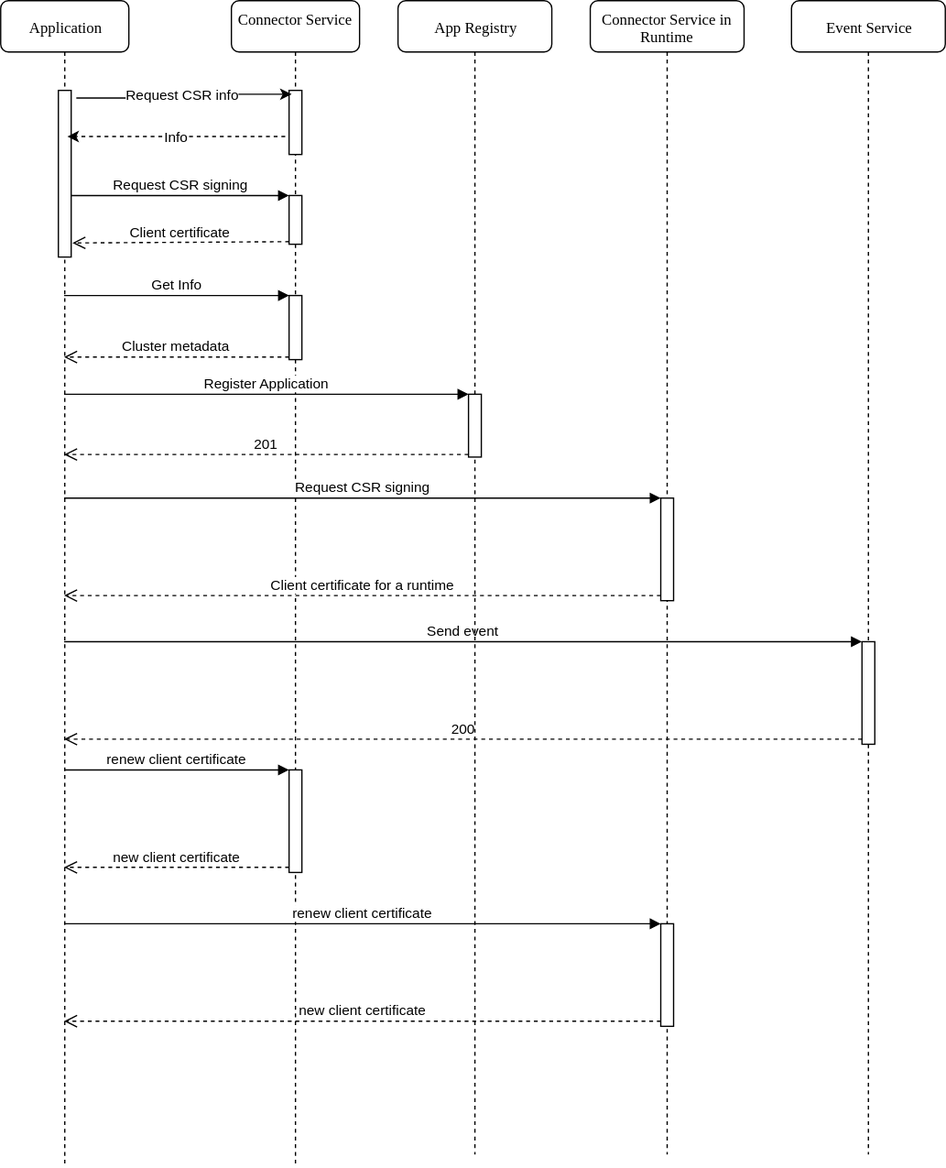
This is sig-and-wg/sig-core/proposals/assets/connector-service-flow.svg from kyma-project/community, a draw.io export, as it was before one commit. Source tidied: cells renumbered, new cells last; positions are measured from the earlier drawing's top-left corner, leaving out a move shared by most shapes. The source it was exported from:
```xml
<mxGraphModel background="#ffffff">
  <root>
    <mxCell id="0" />
    <mxCell id="1" parent="0" />
    <mxCell id="2" value="Connector Service in Runtime&lt;br&gt;" style="shape=umlLifeline;perimeter=lifelinePerimeter;whiteSpace=wrap;html=1;outlineConnect=0;rounded=1;shadow=0;comic=0;labelBackgroundColor=none;strokeColor=#000000;strokeWidth=1;fillColor=#FFFFFF;fontFamily=Verdana;fontSize=12;fontColor=#000000;align=center;" parent="1" vertex="1">
      <mxGeometry x="460" width="120" height="900" as="geometry" />
    </mxCell>
    <mxCell id="3" style="html=1;points=[];perimeter=orthogonalPerimeter;" parent="2" vertex="1">
      <mxGeometry x="55" y="388" width="10" height="80" as="geometry" />
    </mxCell>
    <mxCell id="4" style="html=1;points=[];perimeter=orthogonalPerimeter;" parent="2" vertex="1">
      <mxGeometry x="55" y="720" width="10" height="80" as="geometry" />
    </mxCell>
    <mxCell id="5" value="Application" style="shape=umlLifeline;perimeter=lifelinePerimeter;whiteSpace=wrap;html=1;outlineConnect=0;rounded=1;shadow=0;comic=0;labelBackgroundColor=none;strokeColor=#000000;strokeWidth=1;fillColor=#FFFFFF;fontFamily=Verdana;fontSize=12;fontColor=#000000;align=center;" parent="1" vertex="1">
      <mxGeometry width="100" height="910" as="geometry" />
    </mxCell>
    <mxCell id="6" style="html=1;points=[];perimeter=orthogonalPerimeter;rounded=0;shadow=0;comic=0;labelBackgroundColor=none;strokeColor=#000000;strokeWidth=1;fillColor=#FFFFFF;fontFamily=Verdana;fontSize=12;fontColor=#000000;align=center;" parent="5" vertex="1">
      <mxGeometry x="45" y="70" width="10" height="130" as="geometry" />
    </mxCell>
    <mxCell id="7" value="Connector Service" style="shape=umlLifeline;perimeter=lifelinePerimeter;whiteSpace=wrap;html=1;outlineConnect=0;rounded=1;shadow=0;comic=0;labelBackgroundColor=none;strokeColor=#000000;strokeWidth=1;fillColor=#FFFFFF;fontFamily=Verdana;fontSize=12;fontColor=#000000;align=center;" parent="1" vertex="1">
      <mxGeometry x="180" width="100" height="910" as="geometry" />
    </mxCell>
    <mxCell id="8" style="html=1;points=[];perimeter=orthogonalPerimeter;" parent="7" vertex="1">
      <mxGeometry x="45" y="152" width="10" height="38" as="geometry" />
    </mxCell>
    <mxCell id="9" style="html=1;points=[];perimeter=orthogonalPerimeter;" parent="7" vertex="1">
      <mxGeometry x="45" y="230" width="10" height="50" as="geometry" />
    </mxCell>
    <mxCell id="10" style="html=1;points=[];perimeter=orthogonalPerimeter;rounded=0;shadow=0;comic=0;labelBackgroundColor=none;strokeColor=#000000;strokeWidth=1;fillColor=#FFFFFF;fontFamily=Verdana;fontSize=12;fontColor=#000000;align=center;" parent="1" vertex="1">
      <mxGeometry x="225" y="70" width="10" height="50" as="geometry" />
    </mxCell>
    <mxCell id="11" value="Request CSR info&lt;br&gt;" style="edgeStyle=orthogonalEdgeStyle;rounded=0;html=1;entryX=0.2;entryY=0.064;entryPerimeter=0;jettySize=auto;" parent="1" edge="1" target="10">
      <mxGeometry relative="1" as="geometry">
        <mxPoint x="59" y="76" as="sourcePoint" />
      </mxGeometry>
    </mxCell>
    <mxCell id="12" value="Info&lt;br&gt;" style="edgeStyle=orthogonalEdgeStyle;rounded=0;html=1;jettySize=auto;orthogonalLoop=1;dashed=1;exitX=-0.024;exitY=1;exitPerimeter=0;entryX=1.024;entryY=0.997;entryPerimeter=0;" parent="1" edge="1">
      <mxGeometry relative="1" as="geometry">
        <mxPoint x="222.1" y="105.6" as="sourcePoint" />
        <mxPoint x="52.1" y="105.6" as="targetPoint" />
        <Array as="points">
          <mxPoint x="177" y="105.5" />
          <mxPoint x="177" y="105.5" />
        </Array>
      </mxGeometry>
    </mxCell>
    <mxCell id="13" value="Request CSR signing" style="html=1;verticalAlign=bottom;endArrow=block;entryX=0;entryY=0;" parent="1" edge="1" source="6" target="8">
      <mxGeometry relative="1" as="geometry" />
    </mxCell>
    <mxCell id="14" value="Client certificate" style="html=1;verticalAlign=bottom;endArrow=open;dashed=1;endSize=8;exitX=0;exitY=0.95;entryX=1.1;entryY=0.915;entryPerimeter=0;" parent="1" edge="1" source="8" target="6">
      <mxGeometry relative="1" as="geometry" />
    </mxCell>
    <mxCell id="15" value="Get Info" style="html=1;verticalAlign=bottom;endArrow=block;entryX=0;entryY=0;" parent="1" edge="1" source="5" target="9">
      <mxGeometry relative="1" as="geometry" />
    </mxCell>
    <mxCell id="16" value="Cluster metadata" style="html=1;verticalAlign=bottom;endArrow=open;dashed=1;endSize=8;exitX=0;exitY=0.95;" parent="1" edge="1" source="9" target="5">
      <mxGeometry relative="1" as="geometry" />
    </mxCell>
    <mxCell id="17" value="Register Application" style="html=1;verticalAlign=bottom;endArrow=block;entryX=0;entryY=0;" parent="1" edge="1" source="5" target="24">
      <mxGeometry relative="1" as="geometry" />
    </mxCell>
    <mxCell id="18" value="201" style="html=1;verticalAlign=bottom;endArrow=open;dashed=1;endSize=8;exitX=0;exitY=0.95;" parent="1" edge="1" source="24" target="5">
      <mxGeometry relative="1" as="geometry" />
    </mxCell>
    <mxCell id="19" value="Request CSR signing&lt;br&gt;" style="html=1;verticalAlign=bottom;endArrow=block;entryX=0;entryY=0;" parent="1" edge="1" source="5" target="3">
      <mxGeometry relative="1" as="geometry" />
    </mxCell>
    <mxCell id="20" value="Client certificate for a runtime" style="html=1;verticalAlign=bottom;endArrow=open;dashed=1;endSize=8;exitX=0;exitY=0.95;" parent="1" edge="1" source="3" target="5">
      <mxGeometry relative="1" as="geometry" />
    </mxCell>
    <mxCell id="21" value="Send event" style="html=1;verticalAlign=bottom;endArrow=block;entryX=0;entryY=0;" parent="1" edge="1" source="5" target="26">
      <mxGeometry relative="1" as="geometry" />
    </mxCell>
    <mxCell id="22" value="200&lt;br&gt;" style="html=1;verticalAlign=bottom;endArrow=open;dashed=1;endSize=8;exitX=0;exitY=0.95;" parent="1" edge="1" source="26" target="5">
      <mxGeometry relative="1" as="geometry" />
    </mxCell>
    <mxCell id="23" value="App Registry&lt;br&gt;" style="shape=umlLifeline;perimeter=lifelinePerimeter;whiteSpace=wrap;html=1;rounded=1;shadow=0;comic=0;labelBackgroundColor=none;strokeColor=#000000;strokeWidth=1;fillColor=#FFFFFF;fontFamily=Verdana;fontSize=12;fontColor=#000000;align=center;" parent="1" vertex="1">
      <mxGeometry x="310" width="120" height="900" as="geometry" />
    </mxCell>
    <mxCell id="24" style="html=1;points=[];perimeter=orthogonalPerimeter;" parent="23" vertex="1">
      <mxGeometry x="55" y="307" width="10" height="49" as="geometry" />
    </mxCell>
    <mxCell id="25" value="Event Service&lt;br&gt;" style="shape=umlLifeline;perimeter=lifelinePerimeter;whiteSpace=wrap;html=1;rounded=1;shadow=0;comic=0;labelBackgroundColor=none;strokeColor=#000000;strokeWidth=1;fillColor=#FFFFFF;fontFamily=Verdana;fontSize=12;fontColor=#000000;align=center;" parent="1" vertex="1">
      <mxGeometry x="617" width="120" height="900" as="geometry" />
    </mxCell>
    <mxCell id="26" style="html=1;points=[];perimeter=orthogonalPerimeter;" parent="25" vertex="1">
      <mxGeometry x="55" y="500" width="10" height="80" as="geometry" />
    </mxCell>
    <mxCell id="27" style="html=1;points=[];perimeter=orthogonalPerimeter;" parent="1" vertex="1">
      <mxGeometry x="225" y="600" width="10" height="80" as="geometry" />
    </mxCell>
    <mxCell id="28" value="renew client certificate" style="html=1;verticalAlign=bottom;endArrow=block;entryX=0;entryY=0;" parent="1" edge="1" source="5" target="27">
      <mxGeometry relative="1" as="geometry" />
    </mxCell>
    <mxCell id="29" value="new client certificate" style="html=1;verticalAlign=bottom;endArrow=open;dashed=1;endSize=8;exitX=0;exitY=0.95;" parent="1" edge="1" source="27" target="5">
      <mxGeometry relative="1" as="geometry" />
    </mxCell>
    <mxCell id="30" value="renew client certificate" style="html=1;verticalAlign=bottom;endArrow=block;entryX=0;entryY=0;" parent="1" edge="1" source="5" target="4">
      <mxGeometry relative="1" as="geometry" />
    </mxCell>
    <mxCell id="31" value="new client certificate" style="html=1;verticalAlign=bottom;endArrow=open;dashed=1;endSize=8;exitX=0;exitY=0.95;" parent="1" edge="1" source="4" target="5">
      <mxGeometry relative="1" as="geometry" />
    </mxCell>
  </root>
</mxGraphModel>
```
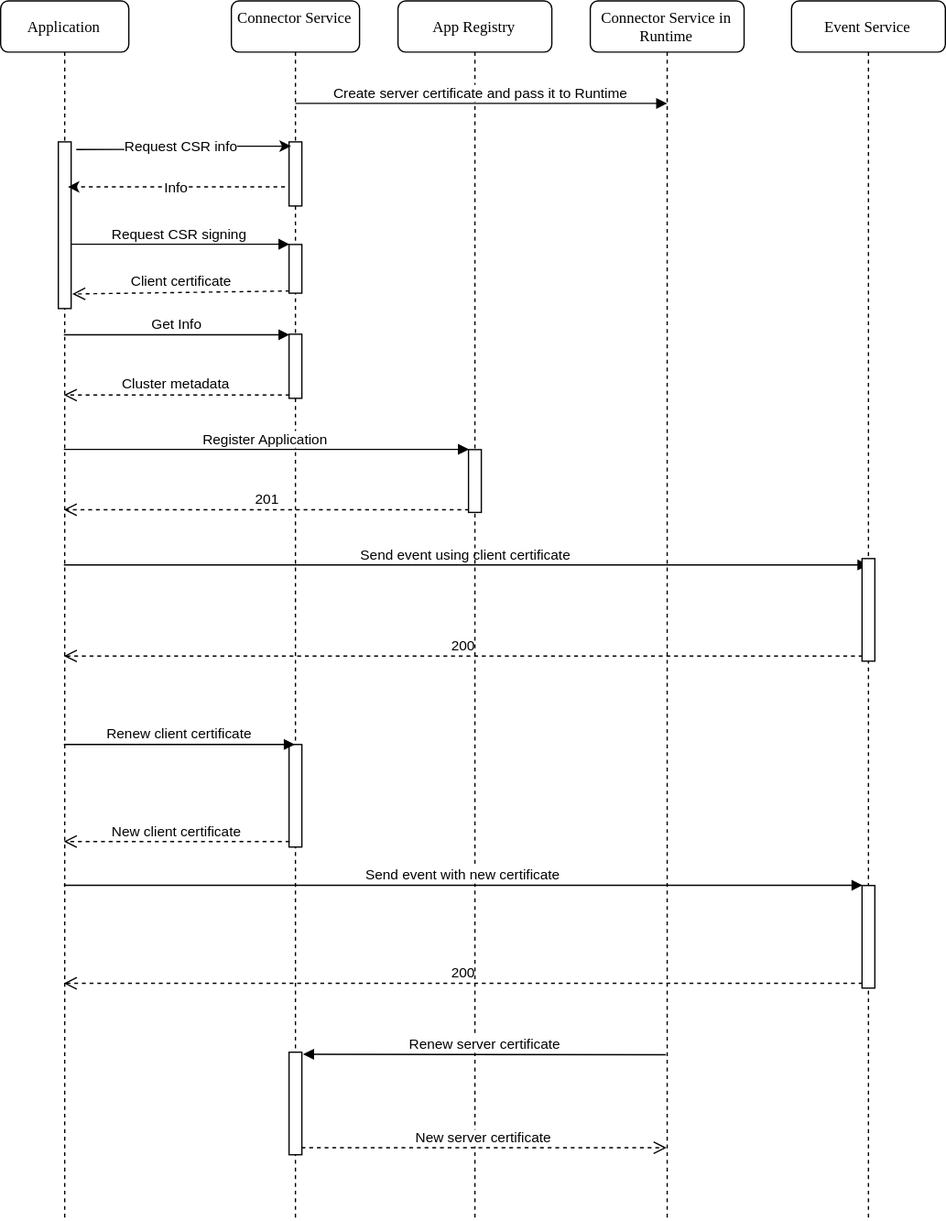
Above is the later version.

What changed in the source:
```diff
@@ -3,44 +3,44 @@
     <mxCell id="0" />
     <mxCell id="1" parent="0" />
     <mxCell id="2" value="Connector Service in Runtime&lt;br&gt;" style="shape=umlLifeline;perimeter=lifelinePerimeter;whiteSpace=wrap;html=1;outlineConnect=0;rounded=1;shadow=0;comic=0;labelBackgroundColor=none;strokeColor=#000000;strokeWidth=1;fillColor=#FFFFFF;fontFamily=Verdana;fontSize=12;fontColor=#000000;align=center;" parent="1" vertex="1">
-      <mxGeometry x="460" width="120" height="900" as="geometry" />
+      <mxGeometry x="460" width="120" height="950" as="geometry" />
     </mxCell>
-    <mxCell id="3" style="html=1;points=[];perimeter=orthogonalPerimeter;" parent="2" vertex="1">
-      <mxGeometry x="55" y="388" width="10" height="80" as="geometry" />
-    </mxCell>
-    <mxCell id="4" style="html=1;points=[];perimeter=orthogonalPerimeter;" parent="2" vertex="1">
-      <mxGeometry x="55" y="720" width="10" height="80" as="geometry" />
-    </mxCell>
     <mxCell id="5" value="Application" style="shape=umlLifeline;perimeter=lifelinePerimeter;whiteSpace=wrap;html=1;outlineConnect=0;rounded=1;shadow=0;comic=0;labelBackgroundColor=none;strokeColor=#000000;strokeWidth=1;fillColor=#FFFFFF;fontFamily=Verdana;fontSize=12;fontColor=#000000;align=center;" parent="1" vertex="1">
-      <mxGeometry width="100" height="910" as="geometry" />
+      <mxGeometry width="100" height="950" as="geometry" />
     </mxCell>
     <mxCell id="6" style="html=1;points=[];perimeter=orthogonalPerimeter;rounded=0;shadow=0;comic=0;labelBackgroundColor=none;strokeColor=#000000;strokeWidth=1;fillColor=#FFFFFF;fontFamily=Verdana;fontSize=12;fontColor=#000000;align=center;" parent="5" vertex="1">
-      <mxGeometry x="45" y="70" width="10" height="130" as="geometry" />
+      <mxGeometry x="45" y="110" width="10" height="130" as="geometry" />
     </mxCell>
     <mxCell id="7" value="Connector Service" style="shape=umlLifeline;perimeter=lifelinePerimeter;whiteSpace=wrap;html=1;outlineConnect=0;rounded=1;shadow=0;comic=0;labelBackgroundColor=none;strokeColor=#000000;strokeWidth=1;fillColor=#FFFFFF;fontFamily=Verdana;fontSize=12;fontColor=#000000;align=center;" parent="1" vertex="1">
-      <mxGeometry x="180" width="100" height="910" as="geometry" />
+      <mxGeometry x="180" width="100" height="950" as="geometry" />
     </mxCell>
     <mxCell id="8" style="html=1;points=[];perimeter=orthogonalPerimeter;" parent="7" vertex="1">
-      <mxGeometry x="45" y="152" width="10" height="38" as="geometry" />
+      <mxGeometry x="45" y="190" width="10" height="38" as="geometry" />
     </mxCell>
     <mxCell id="9" style="html=1;points=[];perimeter=orthogonalPerimeter;" parent="7" vertex="1">
-      <mxGeometry x="45" y="230" width="10" height="50" as="geometry" />
+      <mxGeometry x="45" y="260" width="10" height="50" as="geometry" />
     </mxCell>
+    <mxCell id="27" style="html=1;points=[];perimeter=orthogonalPerimeter;" parent="7" vertex="1">
+      <mxGeometry x="45" y="580" width="10" height="80" as="geometry" />
+    </mxCell>
+    <mxCell id="32" style="html=1;points=[];perimeter=orthogonalPerimeter;" parent="7" vertex="1">
+      <mxGeometry x="45" y="820" width="10" height="80" as="geometry" />
+    </mxCell>
     <mxCell id="10" style="html=1;points=[];perimeter=orthogonalPerimeter;rounded=0;shadow=0;comic=0;labelBackgroundColor=none;strokeColor=#000000;strokeWidth=1;fillColor=#FFFFFF;fontFamily=Verdana;fontSize=12;fontColor=#000000;align=center;" parent="1" vertex="1">
-      <mxGeometry x="225" y="70" width="10" height="50" as="geometry" />
+      <mxGeometry x="225" y="110" width="10" height="50" as="geometry" />
     </mxCell>
     <mxCell id="11" value="Request CSR info&lt;br&gt;" style="edgeStyle=orthogonalEdgeStyle;rounded=0;html=1;entryX=0.2;entryY=0.064;entryPerimeter=0;jettySize=auto;" parent="1" edge="1" target="10">
       <mxGeometry relative="1" as="geometry">
-        <mxPoint x="59" y="76" as="sourcePoint" />
+        <mxPoint x="59" y="116" as="sourcePoint" />
       </mxGeometry>
     </mxCell>
     <mxCell id="12" value="Info&lt;br&gt;" style="edgeStyle=orthogonalEdgeStyle;rounded=0;html=1;jettySize=auto;orthogonalLoop=1;dashed=1;exitX=-0.024;exitY=1;exitPerimeter=0;entryX=1.024;entryY=0.997;entryPerimeter=0;" parent="1" edge="1">
       <mxGeometry relative="1" as="geometry">
-        <mxPoint x="222.1" y="105.6" as="sourcePoint" />
-        <mxPoint x="52.1" y="105.6" as="targetPoint" />
+        <mxPoint x="222.1" y="145.6" as="sourcePoint" />
+        <mxPoint x="52.1" y="145.6" as="targetPoint" />
         <Array as="points">
-          <mxPoint x="177" y="105.5" />
-          <mxPoint x="177" y="105.5" />
+          <mxPoint x="177" y="145.5" />
+          <mxPoint x="177" y="145.5" />
         </Array>
       </mxGeometry>
     </mxCell>
@@ -62,44 +62,58 @@
     <mxCell id="18" value="201" style="html=1;verticalAlign=bottom;endArrow=open;dashed=1;endSize=8;exitX=0;exitY=0.95;" parent="1" edge="1" source="24" target="5">
       <mxGeometry relative="1" as="geometry" />
     </mxCell>
-    <mxCell id="19" value="Request CSR signing&lt;br&gt;" style="html=1;verticalAlign=bottom;endArrow=block;entryX=0;entryY=0;" parent="1" edge="1" source="5" target="3">
-      <mxGeometry relative="1" as="geometry" />
-    </mxCell>
-    <mxCell id="20" value="Client certificate for a runtime" style="html=1;verticalAlign=bottom;endArrow=open;dashed=1;endSize=8;exitX=0;exitY=0.95;" parent="1" edge="1" source="3" target="5">
-      <mxGeometry relative="1" as="geometry" />
-    </mxCell>
-    <mxCell id="21" value="Send event" style="html=1;verticalAlign=bottom;endArrow=block;entryX=0;entryY=0;" parent="1" edge="1" source="5" target="26">
-      <mxGeometry relative="1" as="geometry" />
+    <mxCell id="21" value="Send event using client certificate" style="html=1;verticalAlign=bottom;endArrow=block;" parent="1" edge="1" source="5">
+      <mxGeometry relative="1" as="geometry">
+        <mxPoint x="677" y="440" as="targetPoint" />
+      </mxGeometry>
     </mxCell>
     <mxCell id="22" value="200&lt;br&gt;" style="html=1;verticalAlign=bottom;endArrow=open;dashed=1;endSize=8;exitX=0;exitY=0.95;" parent="1" edge="1" source="26" target="5">
       <mxGeometry relative="1" as="geometry" />
     </mxCell>
     <mxCell id="23" value="App Registry&lt;br&gt;" style="shape=umlLifeline;perimeter=lifelinePerimeter;whiteSpace=wrap;html=1;rounded=1;shadow=0;comic=0;labelBackgroundColor=none;strokeColor=#000000;strokeWidth=1;fillColor=#FFFFFF;fontFamily=Verdana;fontSize=12;fontColor=#000000;align=center;" parent="1" vertex="1">
-      <mxGeometry x="310" width="120" height="900" as="geometry" />
+      <mxGeometry x="310" width="120" height="950" as="geometry" />
     </mxCell>
     <mxCell id="24" style="html=1;points=[];perimeter=orthogonalPerimeter;" parent="23" vertex="1">
-      <mxGeometry x="55" y="307" width="10" height="49" as="geometry" />
+      <mxGeometry x="55" y="350" width="10" height="49" as="geometry" />
     </mxCell>
     <mxCell id="25" value="Event Service&lt;br&gt;" style="shape=umlLifeline;perimeter=lifelinePerimeter;whiteSpace=wrap;html=1;rounded=1;shadow=0;comic=0;labelBackgroundColor=none;strokeColor=#000000;strokeWidth=1;fillColor=#FFFFFF;fontFamily=Verdana;fontSize=12;fontColor=#000000;align=center;" parent="1" vertex="1">
-      <mxGeometry x="617" width="120" height="900" as="geometry" />
+      <mxGeometry x="617" width="120" height="950" as="geometry" />
     </mxCell>
     <mxCell id="26" style="html=1;points=[];perimeter=orthogonalPerimeter;" parent="25" vertex="1">
-      <mxGeometry x="55" y="500" width="10" height="80" as="geometry" />
+      <mxGeometry x="55" y="435" width="10" height="80" as="geometry" />
     </mxCell>
-    <mxCell id="27" style="html=1;points=[];perimeter=orthogonalPerimeter;" parent="1" vertex="1">
-      <mxGeometry x="225" y="600" width="10" height="80" as="geometry" />
-    </mxCell>
+    <mxCell id="4" style="html=1;points=[];perimeter=orthogonalPerimeter;" parent="25" vertex="1">
+      <mxGeometry x="55" y="690" width="10" height="80" as="geometry" />
+    </mxCell>
-    <mxCell id="28" value="renew client certificate" style="html=1;verticalAlign=bottom;endArrow=block;entryX=0;entryY=0;" parent="1" edge="1" source="5" target="27">
-      <mxGeometry relative="1" as="geometry" />
+    <mxCell id="28" value="Renew client certificate" style="html=1;verticalAlign=bottom;endArrow=block;" parent="1" edge="1" source="5" target="7">
+      <mxGeometry relative="1" as="geometry">
+        <Array as="points">
+          <mxPoint x="210" y="580" />
+        </Array>
+      </mxGeometry>
     </mxCell>
-    <mxCell id="29" value="new client certificate" style="html=1;verticalAlign=bottom;endArrow=open;dashed=1;endSize=8;exitX=0;exitY=0.95;" parent="1" edge="1" source="27" target="5">
+    <mxCell id="29" value="New client certificate" style="html=1;verticalAlign=bottom;endArrow=open;dashed=1;endSize=8;exitX=0;exitY=0.95;" parent="1" edge="1" source="27" target="5">
       <mxGeometry relative="1" as="geometry" />
     </mxCell>
-    <mxCell id="30" value="renew client certificate" style="html=1;verticalAlign=bottom;endArrow=block;entryX=0;entryY=0;" parent="1" edge="1" source="5" target="4">
+    <mxCell id="30" value="Send event with new certificate" style="html=1;verticalAlign=bottom;endArrow=block;entryX=0;entryY=0;" parent="1" edge="1" source="5" target="4">
       <mxGeometry relative="1" as="geometry" />
     </mxCell>
-    <mxCell id="31" value="new client certificate" style="html=1;verticalAlign=bottom;endArrow=open;dashed=1;endSize=8;exitX=0;exitY=0.95;" parent="1" edge="1" source="4" target="5">
+    <mxCell id="31" value="200" style="html=1;verticalAlign=bottom;endArrow=open;dashed=1;endSize=8;exitX=0;exitY=0.95;" parent="1" edge="1" source="4" target="5">
       <mxGeometry relative="1" as="geometry" />
     </mxCell>
+    <mxCell id="33" value="Create server certificate and pass it to Runtime&lt;br&gt;" style="html=1;verticalAlign=bottom;endArrow=block;" parent="1" edge="1">
+      <mxGeometry relative="1" as="geometry">
+        <mxPoint x="230" y="80" as="sourcePoint" />
+        <mxPoint x="520" y="80" as="targetPoint" />
+      </mxGeometry>
+    </mxCell>
+    <mxCell id="34" value="New server certificate" style="html=1;verticalAlign=bottom;endArrow=open;exitX=0.98;exitY=0.935;exitPerimeter=0;dashed=1;endSize=8;" parent="1" edge="1" source="32" target="2">
+      <mxGeometry relative="1" as="geometry" />
+    </mxCell>
+    <mxCell id="35" value="Renew server certificate" style="html=1;verticalAlign=bottom;endArrow=block;entryX=1.061;entryY=0.026;entryPerimeter=0;" parent="1" edge="1" target="32">
+      <mxGeometry relative="1" as="geometry">
+        <mxPoint x="519" y="822" as="sourcePoint" />
+      </mxGeometry>
+    </mxCell>
   </root>
 </mxGraphModel>
```
